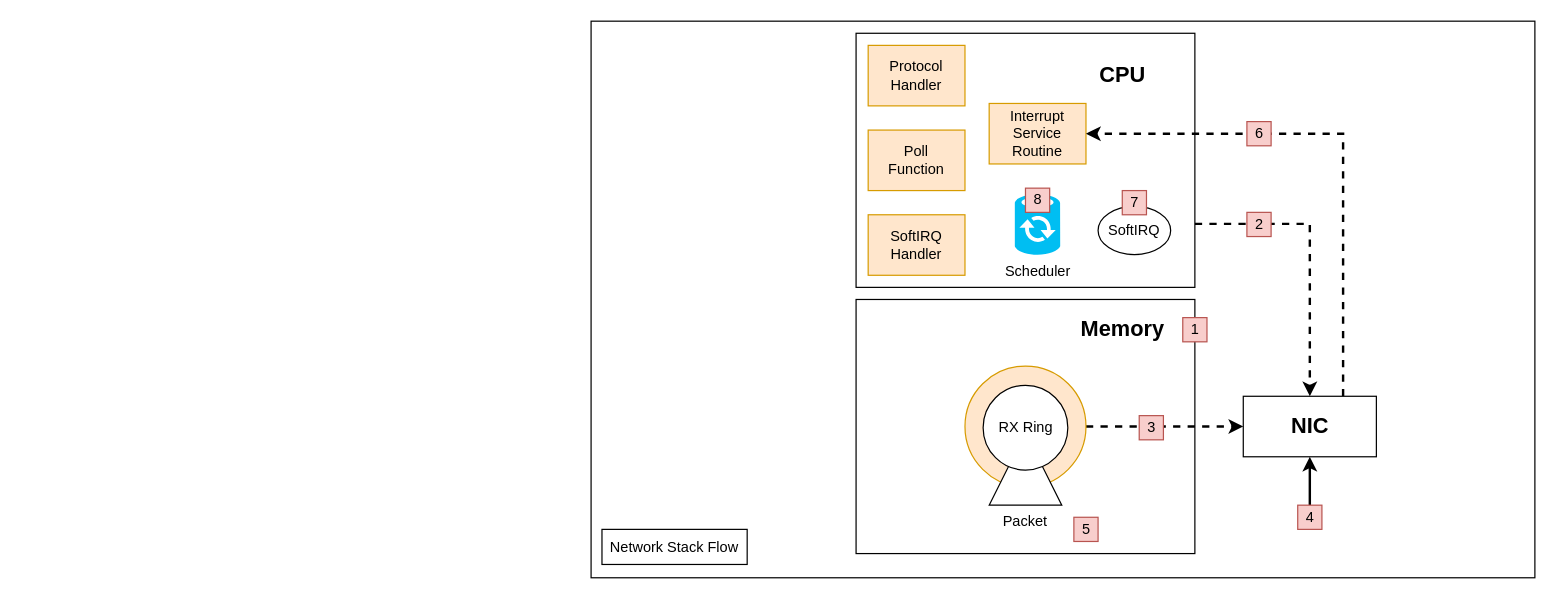
Earlier version of the draw.io diagram content/blog/004_linux_0001_understanding_linux_networking/004_linux_0001_understanding_linux_networking_part_1/net_stack_simplified.drawio (amrelhusseiny/amrelhusseiny.github.io). Source tidied: cells renumbered, new cells numbered last; positions are measured from the earlier drawing's top-left corner, leaving out a move shared by most shapes. Both pictures are drawn from the tidied source at 121%, with x=0, y=0 at pixel (590, 21).
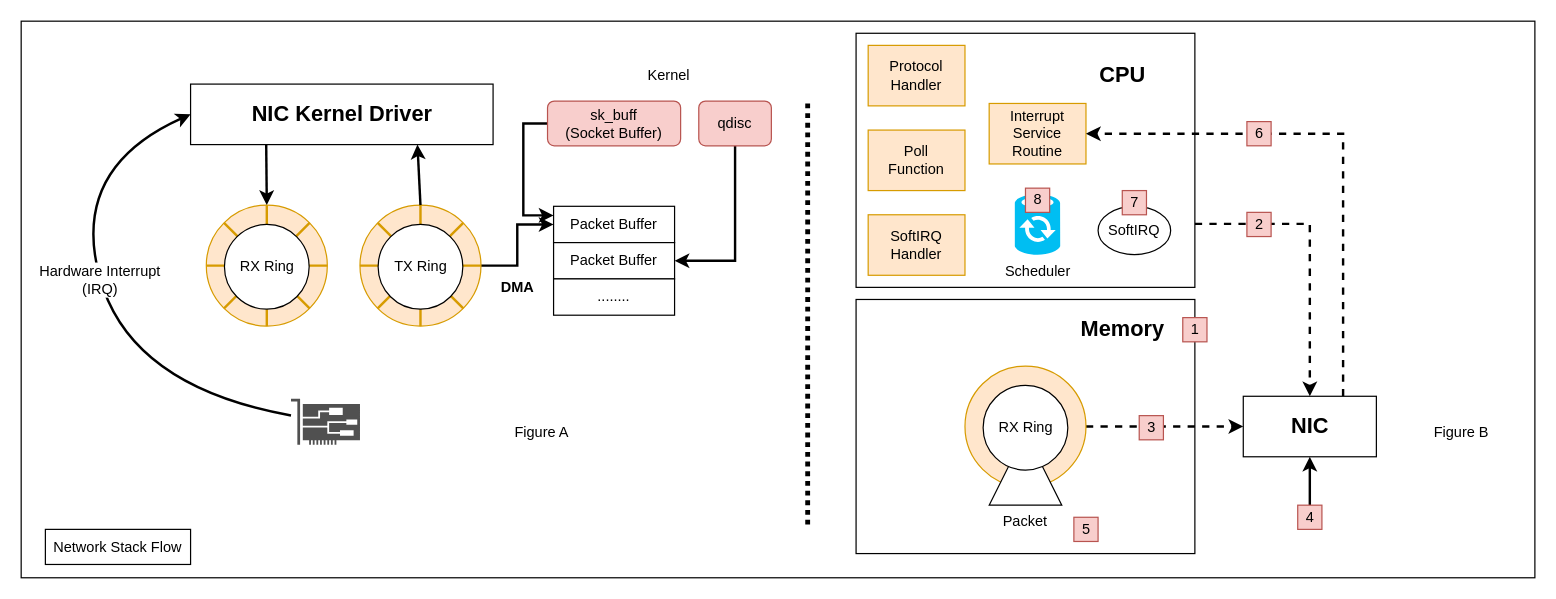
The same page after the edit.

What changed in the source:
```diff
@@
     <mxCell id="2" style="rounded=0;whiteSpace=wrap;html=1;fontSize=12;strokeColor=default;" parent="1" vertex="1">
-      <mxGeometry width="780" height="460" as="geometry" />
+      <mxGeometry x="-471" width="1251" height="460" as="geometry" />
     </mxCell>
+    <mxCell id="32" value="Network Stack Flow" style="rounded=0;whiteSpace=wrap;html=1;fontSize=12;strokeColor=default;" parent="2" vertex="1">
+      <mxGeometry x="20" y="420" width="120" height="29" as="geometry" />
+    </mxCell>
+    <mxCell id="33" style="endArrow=none;dashed=1;html=1;dashPattern=1 1;strokeWidth=4;rounded=0;fontSize=12;" parent="2" edge="1">
+      <mxGeometry relative="1" as="geometry">
+        <mxPoint x="650" y="68" as="sourcePoint" />
+        <mxPoint x="650" y="418" as="targetPoint" />
+      </mxGeometry>
+    </mxCell>
+    <mxCell id="34" value="Figure A" style="text;html=1;align=center;verticalAlign=middle;strokeColor=none;fillColor=none;fontSize=12;" parent="2" vertex="1">
+      <mxGeometry x="400" y="330" width="60" height="20" as="geometry" />
+    </mxCell>
+    <mxCell id="35" value="Figure B" style="text;html=1;align=center;verticalAlign=middle;strokeColor=none;fillColor=none;fontSize=12;" parent="2" vertex="1">
+      <mxGeometry x="1160" y="330" width="60" height="20" as="geometry" />
+    </mxCell>
@@
-    <mxCell id="32" value="Network Stack Flow" style="rounded=0;whiteSpace=wrap;html=1;fontSize=12;strokeColor=default;" parent="1" vertex="1">
-      <mxGeometry x="9" y="420" width="120" height="29" as="geometry" />
-    </mxCell>
+    <mxCell id="36" style="ellipse;whiteSpace=wrap;html=1;fontSize=12;fillColor=#ffe6cc;strokeColor=#d79b00;" parent="1" vertex="1">
+      <mxGeometry x="-318" y="152" width="100" height="100" as="geometry" />
+    </mxCell>
+    <mxCell id="37" style="endArrow=none;html=1;rounded=0;fontSize=12;strokeWidth=2;entryX=1;entryY=0.5;entryDx=0;entryDy=0;exitX=0;exitY=0.5;exitDx=0;exitDy=0;fillColor=#ffe6cc;strokeColor=#d79b00;" parent="1" edge="1" source="36" target="36">
+      <mxGeometry relative="1" as="geometry" />
+    </mxCell>
+    <mxCell id="38" style="endArrow=none;html=1;rounded=0;fontSize=12;strokeWidth=2;entryX=1;entryY=1;entryDx=0;entryDy=0;exitX=0;exitY=0;exitDx=0;exitDy=0;fillColor=#ffe6cc;strokeColor=#d79b00;" parent="1" edge="1" source="36" target="36">
+      <mxGeometry relative="1" as="geometry" />
+    </mxCell>
+    <mxCell id="39" style="endArrow=none;html=1;rounded=0;fontSize=12;strokeWidth=2;entryX=0.5;entryY=1;entryDx=0;entryDy=0;exitX=0.5;exitY=0;exitDx=0;exitDy=0;fillColor=#ffe6cc;strokeColor=#d79b00;" parent="1" edge="1" source="36" target="36">
+      <mxGeometry relative="1" as="geometry" />
+    </mxCell>
+    <mxCell id="40" style="endArrow=none;html=1;rounded=0;fontSize=12;strokeWidth=2;entryX=0;entryY=1;entryDx=0;entryDy=0;exitX=1;exitY=0;exitDx=0;exitDy=0;fillColor=#ffe6cc;strokeColor=#d79b00;" parent="1" edge="1" source="36" target="36">
+      <mxGeometry relative="1" as="geometry" />
+    </mxCell>
+    <mxCell id="41" style="ellipse;whiteSpace=wrap;html=1;fontSize=12;" parent="1" vertex="1">
+      <mxGeometry x="-303" y="168" width="70" height="70" as="geometry" />
+    </mxCell>
+    <mxCell id="42" value="RX Ring" style="text;html=1;align=center;verticalAlign=middle;strokeColor=none;fillColor=none;fontSize=12;" parent="1" vertex="1">
+      <mxGeometry x="-298" y="193" width="60" height="20" as="geometry" />
+    </mxCell>
+    <mxCell id="43" style="edgeStyle=orthogonalEdgeStyle;rounded=0;jettySize=auto;html=1;exitX=1;exitY=0.5;exitDx=0;exitDy=0;entryX=0;entryY=0.5;entryDx=0;entryDy=0;fontSize=12;strokeWidth=2;" parent="1" edge="1" source="44" target="58">
+      <mxGeometry relative="1" as="geometry" />
+    </mxCell>
+    <mxCell id="44" style="ellipse;whiteSpace=wrap;html=1;fontSize=12;fillColor=#ffe6cc;strokeColor=#d79b00;" parent="1" vertex="1">
+      <mxGeometry x="-191" y="152" width="100" height="100" as="geometry" />
+    </mxCell>
+    <mxCell id="45" style="endArrow=none;html=1;rounded=0;fontSize=12;strokeWidth=2;entryX=1;entryY=0.5;entryDx=0;entryDy=0;exitX=0;exitY=0.5;exitDx=0;exitDy=0;fillColor=#ffe6cc;strokeColor=#d79b00;" parent="1" edge="1" source="44" target="44">
+      <mxGeometry relative="1" as="geometry" />
+    </mxCell>
+    <mxCell id="46" style="endArrow=none;html=1;rounded=0;fontSize=12;strokeWidth=2;entryX=1;entryY=1;entryDx=0;entryDy=0;exitX=0;exitY=0;exitDx=0;exitDy=0;fillColor=#ffe6cc;strokeColor=#d79b00;" parent="1" edge="1" source="44" target="44">
+      <mxGeometry relative="1" as="geometry" />
+    </mxCell>
+    <mxCell id="47" style="endArrow=none;html=1;rounded=0;fontSize=12;strokeWidth=2;entryX=0.5;entryY=1;entryDx=0;entryDy=0;exitX=0.5;exitY=0;exitDx=0;exitDy=0;fillColor=#ffe6cc;strokeColor=#d79b00;" parent="1" edge="1" source="44" target="44">
+      <mxGeometry relative="1" as="geometry" />
+    </mxCell>
+    <mxCell id="48" style="endArrow=none;html=1;rounded=0;fontSize=12;strokeWidth=2;entryX=0;entryY=1;entryDx=0;entryDy=0;exitX=1;exitY=0;exitDx=0;exitDy=0;fillColor=#ffe6cc;strokeColor=#d79b00;" parent="1" edge="1" source="44" target="44">
+      <mxGeometry relative="1" as="geometry" />
+    </mxCell>
+    <mxCell id="49" style="ellipse;whiteSpace=wrap;html=1;fontSize=12;" parent="1" vertex="1">
+      <mxGeometry x="-176" y="168" width="70" height="70" as="geometry" />
+    </mxCell>
+    <mxCell id="50" value="TX Ring" style="text;html=1;align=center;verticalAlign=middle;strokeColor=none;fillColor=none;fontSize=12;" parent="1" vertex="1">
+      <mxGeometry x="-171" y="193" width="60" height="20" as="geometry" />
+    </mxCell>
+    <mxCell id="51" style="whiteSpace=wrap;html=1;fontSize=12;" parent="1" vertex="1">
+      <mxGeometry x="-331" y="52" width="250" height="50" as="geometry" />
+    </mxCell>
+    <mxCell id="52" value="NIC Kernel Driver" style="text;html=1;align=center;verticalAlign=middle;strokeColor=none;fillColor=none;fontStyle=1;fontSize=18;" parent="1" vertex="1">
+      <mxGeometry x="-286" y="62" width="160" height="30" as="geometry" />
+    </mxCell>
+    <mxCell id="53" style="endArrow=classic;html=1;rounded=0;fontSize=12;strokeWidth=2;exitX=0.5;exitY=0;exitDx=0;exitDy=0;entryX=0.75;entryY=1;entryDx=0;entryDy=0;" parent="1" edge="1" source="44" target="51">
+      <mxGeometry relative="1" as="geometry" />
+    </mxCell>
+    <mxCell id="54" style="endArrow=classic;html=1;rounded=0;fontSize=12;strokeWidth=2;exitX=0.25;exitY=1;exitDx=0;exitDy=0;entryX=0.5;entryY=0;entryDx=0;entryDy=0;" parent="1" edge="1" source="51" target="36">
+      <mxGeometry relative="1" as="geometry" />
+    </mxCell>
+    <mxCell id="55" style="sketch=0;shadow=0;dashed=0;html=1;strokeColor=none;fillColor=#505050;labelPosition=center;verticalLabelPosition=bottom;verticalAlign=top;outlineConnect=0;align=center;shape=mxgraph.office.devices.nic;fontSize=12;" parent="1" vertex="1">
+      <mxGeometry x="-248" y="312" width="57" height="38" as="geometry" />
+    </mxCell>
+    <mxCell id="56" style="curved=1;endArrow=classic;html=1;rounded=0;fontSize=12;strokeWidth=2;entryX=0;entryY=0.5;entryDx=0;entryDy=0;" parent="1" edge="1" source="55" target="51">
+      <mxGeometry relative="1" as="geometry">
+        <Array as="points">
+          <mxPoint x="-381" y="302" />
+          <mxPoint x="-431" y="122" />
+        </Array>
+      </mxGeometry>
+    </mxCell>
+    <mxCell id="57" value="Hardware Interrupt&lt;br&gt;(IRQ)" style="edgeLabel;html=1;align=center;verticalAlign=middle;fontSize=12;" parent="56" vertex="1">
+      <mxGeometry x="0.05" y="1" relative="1" as="geometry" />
+    </mxCell>
+    <mxCell id="58" value="Packet Buffer" style="rounded=0;whiteSpace=wrap;html=1;fontSize=12;strokeColor=default;" parent="1" vertex="1">
+      <mxGeometry x="-31" y="153" width="100" height="30" as="geometry" />
+    </mxCell>
+    <mxCell id="59" value="Packet Buffer" style="rounded=0;whiteSpace=wrap;html=1;fontSize=12;strokeColor=default;" parent="1" vertex="1">
+      <mxGeometry x="-31" y="183" width="100" height="30" as="geometry" />
+    </mxCell>
+    <mxCell id="60" value="........" style="rounded=0;whiteSpace=wrap;html=1;fontSize=12;strokeColor=default;" parent="1" vertex="1">
+      <mxGeometry x="-31" y="213" width="100" height="30" as="geometry" />
+    </mxCell>
+    <mxCell id="61" value="DMA" style="text;html=1;align=center;verticalAlign=middle;strokeColor=none;fillColor=none;fontSize=12;fontStyle=1;" parent="1" vertex="1">
+      <mxGeometry x="-81" y="210" width="40" height="20" as="geometry" />
+    </mxCell>
+    <mxCell id="62" style="edgeStyle=orthogonalEdgeStyle;rounded=0;jettySize=auto;html=1;exitX=0;exitY=0.5;exitDx=0;exitDy=0;entryX=0;entryY=0.25;entryDx=0;entryDy=0;fontSize=12;strokeWidth=2;" parent="1" edge="1" source="63" target="58">
+      <mxGeometry relative="1" as="geometry" />
+    </mxCell>
+    <mxCell id="63" value="sk_buff&lt;br&gt;(Socket Buffer)" style="rounded=1;whiteSpace=wrap;html=1;fontSize=12;strokeColor=#b85450;fillColor=#f8cecc;" parent="1" vertex="1">
+      <mxGeometry x="-36" y="66" width="110" height="37" as="geometry" />
+    </mxCell>
+    <mxCell id="64" style="edgeStyle=orthogonalEdgeStyle;rounded=0;jettySize=auto;html=1;exitX=0.5;exitY=1;exitDx=0;exitDy=0;entryX=1;entryY=0.5;entryDx=0;entryDy=0;fontSize=12;strokeWidth=2;" parent="1" edge="1" source="65" target="59">
+      <mxGeometry relative="1" as="geometry" />
+    </mxCell>
+    <mxCell id="65" value="qdisc" style="rounded=1;whiteSpace=wrap;html=1;fontSize=12;strokeColor=#b85450;fillColor=#f8cecc;" parent="1" vertex="1">
+      <mxGeometry x="89" y="66" width="60" height="37" as="geometry" />
+    </mxCell>
+    <mxCell id="66" value="Kernel" style="text;html=1;align=center;verticalAlign=middle;strokeColor=none;fillColor=none;fontSize=12;" parent="1" vertex="1">
+      <mxGeometry x="39" y="35" width="50" height="20" as="geometry" />
+    </mxCell>
```
